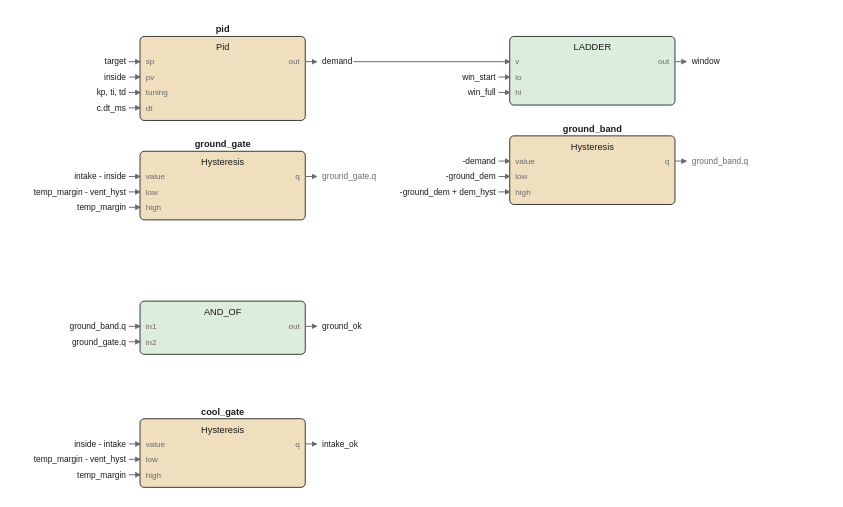
The draw.io diagram images/logic/cooling_fbd.drawio.svg in pstch/botanik2, before a commit. Source tidied: cells renumbered, new cells last; positions are measured from the earlier drawing's top-left corner, leaving out a move shared by most shapes.
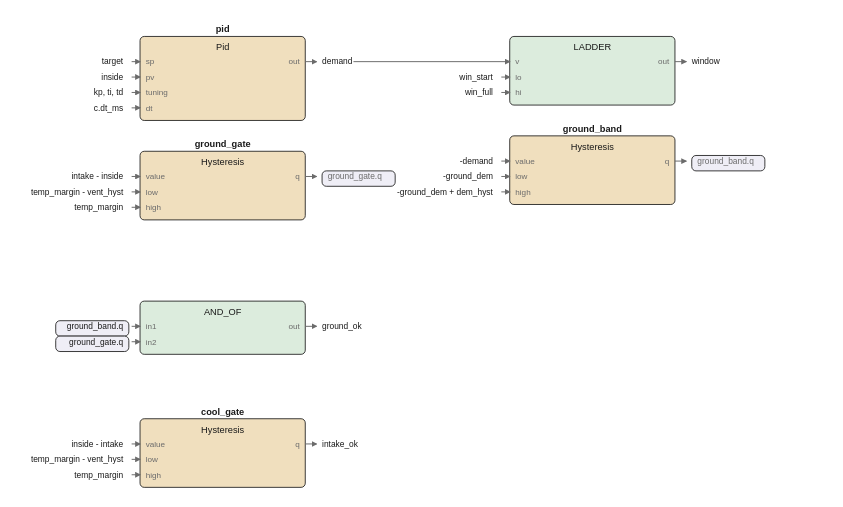
Later version of the same file.

The edit, as a diff of the source:
```diff
@@ -122,218 +122,204 @@
     <mxCell id="41" value="q" style="text;html=1;whiteSpace=nowrap;fontSize=6;fontColor=#6b6b6b;align=right;verticalAlign=middle;" parent="1" vertex="1">
       <mxGeometry x="184" y="296.6" width="20" height="9.8" as="geometry" />
     </mxCell>
-    <mxCell id="42" style="edgeStyle=none;html=1;strokeColor=#6b6b6b;endArrow=block;" parent="1" edge="1">
+    <mxCell id="42" style="edgeStyle=none;html=1;strokeColor=#6b6b6b;endArrow=block;exitX=1;exitY=0.3;exitDx=0;exitDy=0;" parent="1" edge="1" source="2">
       <mxGeometry relative="1" as="geometry">
-        <mxPoint x="208" y="28" as="sourcePoint" />
         <mxPoint x="216" y="28" as="targetPoint" />
       </mxGeometry>
     </mxCell>
     <mxCell id="43" value="demand" style="text;html=1;whiteSpace=nowrap;fontSize=6;fontColor=#1a1a1a;align=left;verticalAlign=middle;" parent="1" vertex="1">
       <mxGeometry x="220" y="23.5" width="23.8" height="10" as="geometry" />
     </mxCell>
-    <mxCell id="44" style="edgeStyle=none;html=1;strokeColor=#6b6b6b;endArrow=block;" parent="1" edge="1">
+    <mxCell id="44" style="edgeStyle=none;html=1;strokeColor=#6b6b6b;endArrow=block;exitX=1;exitY=0.3673;exitDx=0;exitDy=0;" parent="1" edge="1" source="17">
       <mxGeometry relative="1" as="geometry">
-        <mxPoint x="472" y="28" as="sourcePoint" />
         <mxPoint x="480" y="28" as="targetPoint" />
       </mxGeometry>
     </mxCell>
     <mxCell id="45" value="window" style="text;html=1;whiteSpace=nowrap;fontSize=6;fontColor=#1a1a1a;align=left;verticalAlign=middle;" parent="1" vertex="1">
       <mxGeometry x="484" y="23.5" width="23.8" height="10" as="geometry" />
     </mxCell>
-    <mxCell id="46" style="edgeStyle=none;html=1;strokeColor=#6b6b6b;endArrow=block;" parent="1" edge="1">
+    <mxCell id="46" style="edgeStyle=none;html=1;strokeColor=#6b6b6b;endArrow=block;exitX=1;exitY=0.3673;exitDx=0;exitDy=0;" parent="1" edge="1" source="35">
       <mxGeometry relative="1" as="geometry">
-        <mxPoint x="208" y="301" as="sourcePoint" />
         <mxPoint x="216" y="301" as="targetPoint" />
       </mxGeometry>
     </mxCell>
     <mxCell id="47" value="intake_ok" style="text;html=1;whiteSpace=nowrap;fontSize=6;fontColor=#1a1a1a;align=left;verticalAlign=middle;" parent="1" vertex="1">
       <mxGeometry x="220" y="296.5" width="33.7" height="10" as="geometry" />
     </mxCell>
-    <mxCell id="48" style="edgeStyle=none;html=1;strokeColor=#6b6b6b;endArrow=block;" parent="1" edge="1">
+    <mxCell id="48" style="edgeStyle=none;html=1;strokeColor=#6b6b6b;endArrow=block;exitX=1;exitY=0.4737;exitDx=0;exitDy=0;" parent="1" edge="1" source="30">
       <mxGeometry relative="1" as="geometry">
-        <mxPoint x="208" y="217" as="sourcePoint" />
         <mxPoint x="216" y="217" as="targetPoint" />
       </mxGeometry>
     </mxCell>
     <mxCell id="49" value="ground_ok" style="text;html=1;whiteSpace=nowrap;fontSize=6;fontColor=#1a1a1a;align=left;verticalAlign=middle;" parent="1" vertex="1">
       <mxGeometry x="220" y="212.5" width="33.7" height="10" as="geometry" />
     </mxCell>
-    <mxCell id="50" style="edgeStyle=none;html=1;strokeColor=#6b6b6b;endArrow=block;" parent="1" edge="1">
+    <mxCell id="50" style="edgeStyle=none;html=1;strokeColor=#6b6b6b;endArrow=block;exitX=1;exitY=0.3673;exitDx=0;exitDy=0;" parent="1" edge="1" source="23">
       <mxGeometry relative="1" as="geometry">
-        <mxPoint x="472" y="99" as="sourcePoint" />
         <mxPoint x="480" y="99" as="targetPoint" />
       </mxGeometry>
     </mxCell>
-    <mxCell id="51" value="ground_band.q" style="text;html=1;whiteSpace=nowrap;fontSize=6;fontColor=#6b6b6b;align=left;verticalAlign=middle;" parent="1" vertex="1">
-      <mxGeometry x="484" y="94.5" width="46.9" height="10" as="geometry" />
+    <mxCell id="51" style="rounded=1;fillColor=#efeef6;strokeColor=#1a1a1a;whiteSpace=wrap;html=1;fontSize=8;" parent="1" vertex="1">
+      <mxGeometry x="484" y="95" width="52.2" height="11" as="geometry" />
     </mxCell>
-    <mxCell id="52" style="edgeStyle=none;html=1;strokeColor=#6b6b6b;endArrow=block;" parent="1" edge="1">
-      <mxGeometry relative="1" as="geometry">
-        <mxPoint x="208" y="110" as="sourcePoint" />
-        <mxPoint x="216" y="110" as="targetPoint" />
-      </mxGeometry>
-    </mxCell>
-    <mxCell id="53" value="ground_gate.q" style="text;html=1;whiteSpace=nowrap;fontSize=6;fontColor=#6b6b6b;align=left;verticalAlign=middle;" parent="1" vertex="1">
-      <mxGeometry x="220" y="105.5" width="46.9" height="10" as="geometry" />
-    </mxCell>
-    <mxCell id="54" style="edgeStyle=none;html=1;strokeColor=#6b6b6b;endArrow=block;" parent="1" edge="1">
-      <mxGeometry relative="1" as="geometry">
-        <mxPoint x="242.4" y="28" as="sourcePoint" />
-        <mxPoint x="354" y="28" as="targetPoint" />
-      </mxGeometry>
-    </mxCell>
+    <mxCell id="89" value="ground_band.q" style="text;html=1;whiteSpace=nowrap;fontSize=6;fontColor=#6b6b6b;align=left;verticalAlign=middle;" parent="1" vertex="1">
+      <mxGeometry x="488" y="94.5" width="46.9" height="10" as="geometry" />
+    </mxCell>
+    <mxCell id="90" style="edgeStyle=none;html=1;strokeColor=#6b6b6b;endArrow=block;exitX=1;exitY=0.3673;exitDx=0;exitDy=0;" parent="1" edge="1" source="10">
+      <mxGeometry relative="1" as="geometry">
+        <mxPoint x="216" y="110" as="targetPoint" />
+      </mxGeometry>
+    </mxCell>
+    <mxCell id="91" style="rounded=1;fillColor=#efeef6;strokeColor=#1a1a1a;whiteSpace=wrap;html=1;fontSize=8;" parent="1" vertex="1">
+      <mxGeometry x="220" y="106" width="52.2" height="11" as="geometry" />
+    </mxCell>
-    <mxCell id="55" value="target" style="text;html=1;whiteSpace=nowrap;fontSize=6;fontColor=#1a1a1a;align=right;verticalAlign=middle;" parent="1" vertex="1">
-      <mxGeometry x="56.2" y="23.5" width="23.8" height="10" as="geometry" />
+    <mxCell id="55" value="ground_gate.q" style="text;html=1;whiteSpace=nowrap;fontSize=6;fontColor=#6b6b6b;align=left;verticalAlign=middle;" parent="1" vertex="1">
+      <mxGeometry x="224" y="105.5" width="46.9" height="10" as="geometry" />
     </mxCell>
-    <mxCell id="56" style="edgeStyle=none;html=1;strokeColor=#6b6b6b;endArrow=block;" parent="1" edge="1">
-      <mxGeometry relative="1" as="geometry">
-        <mxPoint x="82" y="28" as="sourcePoint" />
-        <mxPoint x="90" y="28" as="targetPoint" />
-      </mxGeometry>
+    <mxCell id="56" style="edgeStyle=none;html=1;strokeColor=#6b6b6b;endArrow=block;exitX=1;exitY=0.3;exitDx=0;exitDy=0;entryX=0;entryY=0.3673;entryDx=0;entryDy=0;" parent="1" edge="1" source="2" target="17">
+      <mxGeometry relative="1" as="geometry" />
     </mxCell>
-    <mxCell id="57" value="inside" style="text;html=1;whiteSpace=nowrap;fontSize=6;fontColor=#1a1a1a;align=right;verticalAlign=middle;" parent="1" vertex="1">
-      <mxGeometry x="56.2" y="34.5" width="23.8" height="10" as="geometry" />
+    <mxCell id="57" value="target" style="text;html=1;whiteSpace=nowrap;fontSize=6;fontColor=#1a1a1a;align=right;verticalAlign=middle;" parent="1" vertex="1">
+      <mxGeometry x="54.2" y="23.5" width="23.8" height="10" as="geometry" />
     </mxCell>
-    <mxCell id="58" style="edgeStyle=none;html=1;strokeColor=#6b6b6b;endArrow=block;" parent="1" edge="1">
+    <mxCell id="58" style="edgeStyle=none;html=1;strokeColor=#6b6b6b;endArrow=block;entryX=0;entryY=0.3;entryDx=0;entryDy=0;" parent="1" edge="1" target="2">
       <mxGeometry relative="1" as="geometry">
-        <mxPoint x="82" y="39" as="sourcePoint" />
-        <mxPoint x="90" y="39" as="targetPoint" />
+        <mxPoint x="84" y="28" as="sourcePoint" />
       </mxGeometry>
     </mxCell>
-    <mxCell id="59" value="kp, ti, td" style="text;html=1;whiteSpace=nowrap;fontSize=6;fontColor=#1a1a1a;align=right;verticalAlign=middle;" parent="1" vertex="1">
-      <mxGeometry x="43" y="45.5" width="37" height="10" as="geometry" />
+    <mxCell id="59" value="inside" style="text;html=1;whiteSpace=nowrap;fontSize=6;fontColor=#1a1a1a;align=right;verticalAlign=middle;" parent="1" vertex="1">
+      <mxGeometry x="54.2" y="34.5" width="23.8" height="10" as="geometry" />
     </mxCell>
-    <mxCell id="60" style="edgeStyle=none;html=1;strokeColor=#6b6b6b;endArrow=block;" parent="1" edge="1">
+    <mxCell id="60" style="edgeStyle=none;html=1;strokeColor=#6b6b6b;endArrow=block;entryX=0;entryY=0.4833;entryDx=0;entryDy=0;" parent="1" edge="1" target="2">
       <mxGeometry relative="1" as="geometry">
-        <mxPoint x="82" y="50" as="sourcePoint" />
-        <mxPoint x="90" y="50" as="targetPoint" />
+        <mxPoint x="84" y="39" as="sourcePoint" />
       </mxGeometry>
     </mxCell>
-    <mxCell id="61" value="c.dt_ms" style="text;html=1;whiteSpace=nowrap;fontSize=6;fontColor=#1a1a1a;align=right;verticalAlign=middle;" parent="1" vertex="1">
-      <mxGeometry x="52.9" y="56.5" width="27.1" height="10" as="geometry" />
+    <mxCell id="61" value="kp, ti, td" style="text;html=1;whiteSpace=nowrap;fontSize=6;fontColor=#1a1a1a;align=right;verticalAlign=middle;" parent="1" vertex="1">
+      <mxGeometry x="41" y="45.5" width="37" height="10" as="geometry" />
     </mxCell>
-    <mxCell id="62" style="edgeStyle=none;html=1;strokeColor=#6b6b6b;endArrow=block;" parent="1" edge="1">
+    <mxCell id="62" style="edgeStyle=none;html=1;strokeColor=#6b6b6b;endArrow=block;entryX=0;entryY=0.6667;entryDx=0;entryDy=0;" parent="1" edge="1" target="2">
       <mxGeometry relative="1" as="geometry">
-        <mxPoint x="82" y="61" as="sourcePoint" />
-        <mxPoint x="90" y="61" as="targetPoint" />
+        <mxPoint x="84" y="50" as="sourcePoint" />
       </mxGeometry>
     </mxCell>
-    <mxCell id="63" value="win_start" style="text;html=1;whiteSpace=nowrap;fontSize=6;fontColor=#1a1a1a;align=right;verticalAlign=middle;" parent="1" vertex="1">
-      <mxGeometry x="310.3" y="34.5" width="33.7" height="10" as="geometry" />
+    <mxCell id="63" value="c.dt_ms" style="text;html=1;whiteSpace=nowrap;fontSize=6;fontColor=#1a1a1a;align=right;verticalAlign=middle;" parent="1" vertex="1">
+      <mxGeometry x="50.9" y="56.5" width="27.1" height="10" as="geometry" />
     </mxCell>
-    <mxCell id="64" style="edgeStyle=none;html=1;strokeColor=#6b6b6b;endArrow=block;" parent="1" edge="1">
+    <mxCell id="64" style="edgeStyle=none;html=1;strokeColor=#6b6b6b;endArrow=block;entryX=0;entryY=0.85;entryDx=0;entryDy=0;" parent="1" edge="1" target="2">
       <mxGeometry relative="1" as="geometry">
-        <mxPoint x="346" y="39" as="sourcePoint" />
-        <mxPoint x="354" y="39" as="targetPoint" />
+        <mxPoint x="84" y="61" as="sourcePoint" />
       </mxGeometry>
     </mxCell>
-    <mxCell id="65" value="win_full" style="text;html=1;whiteSpace=nowrap;fontSize=6;fontColor=#1a1a1a;align=right;verticalAlign=middle;" parent="1" vertex="1">
-      <mxGeometry x="313.6" y="45.5" width="30.4" height="10" as="geometry" />
+    <mxCell id="65" value="win_start" style="text;html=1;whiteSpace=nowrap;fontSize=6;fontColor=#1a1a1a;align=right;verticalAlign=middle;" parent="1" vertex="1">
+      <mxGeometry x="308.3" y="34.5" width="33.7" height="10" as="geometry" />
     </mxCell>
-    <mxCell id="66" style="edgeStyle=none;html=1;strokeColor=#6b6b6b;endArrow=block;" parent="1" edge="1">
+    <mxCell id="66" style="edgeStyle=none;html=1;strokeColor=#6b6b6b;endArrow=block;entryX=0;entryY=0.5918;entryDx=0;entryDy=0;" parent="1" edge="1" target="17">
       <mxGeometry relative="1" as="geometry">
-        <mxPoint x="346" y="50" as="sourcePoint" />
-        <mxPoint x="354" y="50" as="targetPoint" />
+        <mxPoint x="348" y="39" as="sourcePoint" />
       </mxGeometry>
     </mxCell>
-    <mxCell id="67" value="inside - intake" style="text;html=1;whiteSpace=nowrap;fontSize=6;fontColor=#1a1a1a;align=right;verticalAlign=middle;" parent="1" vertex="1">
-      <mxGeometry x="26.5" y="296.5" width="53.5" height="10" as="geometry" />
+    <mxCell id="67" value="win_full" style="text;html=1;whiteSpace=nowrap;fontSize=6;fontColor=#1a1a1a;align=right;verticalAlign=middle;" parent="1" vertex="1">
+      <mxGeometry x="311.6" y="45.5" width="30.4" height="10" as="geometry" />
     </mxCell>
-    <mxCell id="68" style="edgeStyle=none;html=1;strokeColor=#6b6b6b;endArrow=block;" parent="1" edge="1">
+    <mxCell id="68" style="edgeStyle=none;html=1;strokeColor=#6b6b6b;endArrow=block;entryX=0;entryY=0.8163;entryDx=0;entryDy=0;" parent="1" edge="1" target="17">
       <mxGeometry relative="1" as="geometry">
-        <mxPoint x="82" y="301" as="sourcePoint" />
-        <mxPoint x="90" y="301" as="targetPoint" />
+        <mxPoint x="348" y="50" as="sourcePoint" />
       </mxGeometry>
     </mxCell>
-    <mxCell id="69" value="temp_margin - vent_hyst" style="text;html=1;whiteSpace=nowrap;fontSize=6;fontColor=#1a1a1a;align=right;verticalAlign=middle;" parent="1" vertex="1">
-      <mxGeometry x="0.1" y="307.5" width="79.9" height="10" as="geometry" />
+    <mxCell id="69" value="inside - intake" style="text;html=1;whiteSpace=nowrap;fontSize=6;fontColor=#1a1a1a;align=right;verticalAlign=middle;" parent="1" vertex="1">
+      <mxGeometry x="24.5" y="296.5" width="53.5" height="10" as="geometry" />
     </mxCell>
-    <mxCell id="70" style="edgeStyle=none;html=1;strokeColor=#6b6b6b;endArrow=block;" parent="1" edge="1">
+    <mxCell id="70" style="edgeStyle=none;html=1;strokeColor=#6b6b6b;endArrow=block;entryX=0;entryY=0.3673;entryDx=0;entryDy=0;" parent="1" edge="1" target="35">
       <mxGeometry relative="1" as="geometry">
-        <mxPoint x="82" y="312" as="sourcePoint" />
-        <mxPoint x="90" y="312" as="targetPoint" />
+        <mxPoint x="84" y="301" as="sourcePoint" />
       </mxGeometry>
     </mxCell>
-    <mxCell id="71" value="temp_margin" style="text;html=1;whiteSpace=nowrap;fontSize=6;fontColor=#1a1a1a;align=right;verticalAlign=middle;" parent="1" vertex="1">
-      <mxGeometry x="39.7" y="318.5" width="40.3" height="10" as="geometry" />
+    <mxCell id="71" value="temp_margin - vent_hyst" style="text;html=1;whiteSpace=nowrap;fontSize=6;fontColor=#1a1a1a;align=right;verticalAlign=middle;" parent="1" vertex="1">
+      <mxGeometry x="-1.9" y="307.5" width="79.9" height="10" as="geometry" />
     </mxCell>
-    <mxCell id="72" style="edgeStyle=none;html=1;strokeColor=#6b6b6b;endArrow=block;" parent="1" edge="1">
+    <mxCell id="72" style="edgeStyle=none;html=1;strokeColor=#6b6b6b;endArrow=block;entryX=0;entryY=0.5918;entryDx=0;entryDy=0;" parent="1" edge="1" target="35">
       <mxGeometry relative="1" as="geometry">
-        <mxPoint x="82" y="323" as="sourcePoint" />
-        <mxPoint x="90" y="323" as="targetPoint" />
+        <mxPoint x="84" y="312" as="sourcePoint" />
       </mxGeometry>
     </mxCell>
-    <mxCell id="73" value="-demand" style="text;html=1;whiteSpace=nowrap;fontSize=6;fontColor=#1a1a1a;align=right;verticalAlign=middle;" parent="1" vertex="1">
-      <mxGeometry x="316.9" y="94.5" width="27.1" height="10" as="geometry" />
+    <mxCell id="73" value="temp_margin" style="text;html=1;whiteSpace=nowrap;fontSize=6;fontColor=#1a1a1a;align=right;verticalAlign=middle;" parent="1" vertex="1">
+      <mxGeometry x="37.7" y="318.5" width="40.3" height="10" as="geometry" />
     </mxCell>
-    <mxCell id="74" style="edgeStyle=none;html=1;strokeColor=#6b6b6b;endArrow=block;" parent="1" edge="1">
+    <mxCell id="74" style="edgeStyle=none;html=1;strokeColor=#6b6b6b;endArrow=block;entryX=0;entryY=0.8163;entryDx=0;entryDy=0;" parent="1" edge="1" target="35">
       <mxGeometry relative="1" as="geometry">
-        <mxPoint x="346" y="99" as="sourcePoint" />
-        <mxPoint x="354" y="99" as="targetPoint" />
+        <mxPoint x="84" y="323" as="sourcePoint" />
       </mxGeometry>
     </mxCell>
-    <mxCell id="75" value="-ground_dem" style="text;html=1;whiteSpace=nowrap;fontSize=6;fontColor=#1a1a1a;align=right;verticalAlign=middle;" parent="1" vertex="1">
-      <mxGeometry x="303.7" y="105.5" width="40.3" height="10" as="geometry" />
+    <mxCell id="75" value="-demand" style="text;html=1;whiteSpace=nowrap;fontSize=6;fontColor=#1a1a1a;align=right;verticalAlign=middle;" parent="1" vertex="1">
+      <mxGeometry x="314.9" y="94.5" width="27.1" height="10" as="geometry" />
     </mxCell>
-    <mxCell id="76" style="edgeStyle=none;html=1;strokeColor=#6b6b6b;endArrow=block;" parent="1" edge="1">
+    <mxCell id="76" style="edgeStyle=none;html=1;strokeColor=#6b6b6b;endArrow=block;entryX=0;entryY=0.3673;entryDx=0;entryDy=0;" parent="1" edge="1" target="23">
       <mxGeometry relative="1" as="geometry">
-        <mxPoint x="346" y="110" as="sourcePoint" />
-        <mxPoint x="354" y="110" as="targetPoint" />
+        <mxPoint x="348" y="99" as="sourcePoint" />
       </mxGeometry>
     </mxCell>
-    <mxCell id="77" value="-ground_dem + dem_hyst" style="text;html=1;whiteSpace=nowrap;fontSize=6;fontColor=#1a1a1a;align=right;verticalAlign=middle;" parent="1" vertex="1">
-      <mxGeometry x="267.4" y="116.5" width="76.6" height="10" as="geometry" />
+    <mxCell id="77" value="-ground_dem" style="text;html=1;whiteSpace=nowrap;fontSize=6;fontColor=#1a1a1a;align=right;verticalAlign=middle;" parent="1" vertex="1">
+      <mxGeometry x="301.7" y="105.5" width="40.3" height="10" as="geometry" />
     </mxCell>
-    <mxCell id="78" style="edgeStyle=none;html=1;strokeColor=#6b6b6b;endArrow=block;" parent="1" edge="1">
+    <mxCell id="78" style="edgeStyle=none;html=1;strokeColor=#6b6b6b;endArrow=block;entryX=0;entryY=0.5918;entryDx=0;entryDy=0;" parent="1" edge="1" target="23">
       <mxGeometry relative="1" as="geometry">
-        <mxPoint x="346" y="121" as="sourcePoint" />
-        <mxPoint x="354" y="121" as="targetPoint" />
+        <mxPoint x="348" y="110" as="sourcePoint" />
       </mxGeometry>
     </mxCell>
-    <mxCell id="79" value="intake - inside" style="text;html=1;whiteSpace=nowrap;fontSize=6;fontColor=#1a1a1a;align=right;verticalAlign=middle;" parent="1" vertex="1">
-      <mxGeometry x="26.5" y="105.5" width="53.5" height="10" as="geometry" />
+    <mxCell id="79" value="-ground_dem + dem_hyst" style="text;html=1;whiteSpace=nowrap;fontSize=6;fontColor=#1a1a1a;align=right;verticalAlign=middle;" parent="1" vertex="1">
+      <mxGeometry x="265.4" y="116.5" width="76.6" height="10" as="geometry" />
     </mxCell>
-    <mxCell id="80" style="edgeStyle=none;html=1;strokeColor=#6b6b6b;endArrow=block;" parent="1" edge="1">
+    <mxCell id="80" style="edgeStyle=none;html=1;strokeColor=#6b6b6b;endArrow=block;entryX=0;entryY=0.8163;entryDx=0;entryDy=0;" parent="1" edge="1" target="23">
       <mxGeometry relative="1" as="geometry">
-        <mxPoint x="82" y="110" as="sourcePoint" />
-        <mxPoint x="90" y="110" as="targetPoint" />
+        <mxPoint x="348" y="121" as="sourcePoint" />
       </mxGeometry>
     </mxCell>
-    <mxCell id="81" value="temp_margin - vent_hyst" style="text;html=1;whiteSpace=nowrap;fontSize=6;fontColor=#1a1a1a;align=right;verticalAlign=middle;" parent="1" vertex="1">
-      <mxGeometry x="0.1" y="116.5" width="79.9" height="10" as="geometry" />
+    <mxCell id="81" value="intake - inside" style="text;html=1;whiteSpace=nowrap;fontSize=6;fontColor=#1a1a1a;align=right;verticalAlign=middle;" parent="1" vertex="1">
+      <mxGeometry x="24.5" y="105.5" width="53.5" height="10" as="geometry" />
     </mxCell>
-    <mxCell id="82" style="edgeStyle=none;html=1;strokeColor=#6b6b6b;endArrow=block;" parent="1" edge="1">
+    <mxCell id="82" style="edgeStyle=none;html=1;strokeColor=#6b6b6b;endArrow=block;entryX=0;entryY=0.3673;entryDx=0;entryDy=0;" parent="1" edge="1" target="10">
       <mxGeometry relative="1" as="geometry">
-        <mxPoint x="82" y="121" as="sourcePoint" />
-        <mxPoint x="90" y="121" as="targetPoint" />
+        <mxPoint x="84" y="110" as="sourcePoint" />
       </mxGeometry>
     </mxCell>
-    <mxCell id="83" value="temp_margin" style="text;html=1;whiteSpace=nowrap;fontSize=6;fontColor=#1a1a1a;align=right;verticalAlign=middle;" parent="1" vertex="1">
-      <mxGeometry x="39.7" y="127.5" width="40.3" height="10" as="geometry" />
+    <mxCell id="83" value="temp_margin - vent_hyst" style="text;html=1;whiteSpace=nowrap;fontSize=6;fontColor=#1a1a1a;align=right;verticalAlign=middle;" parent="1" vertex="1">
+      <mxGeometry x="-1.9" y="116.5" width="79.9" height="10" as="geometry" />
     </mxCell>
-    <mxCell id="84" style="edgeStyle=none;html=1;strokeColor=#6b6b6b;endArrow=block;" parent="1" edge="1">
+    <mxCell id="84" style="edgeStyle=none;html=1;strokeColor=#6b6b6b;endArrow=block;entryX=0;entryY=0.5918;entryDx=0;entryDy=0;" parent="1" edge="1" target="10">
       <mxGeometry relative="1" as="geometry">
-        <mxPoint x="82" y="132" as="sourcePoint" />
-        <mxPoint x="90" y="132" as="targetPoint" />
+        <mxPoint x="84" y="121" as="sourcePoint" />
       </mxGeometry>
     </mxCell>
-    <mxCell id="85" value="ground_band.q" style="text;html=1;whiteSpace=nowrap;fontSize=6;fontColor=#1a1a1a;align=right;verticalAlign=middle;" parent="1" vertex="1">
-      <mxGeometry x="33.1" y="212.5" width="46.9" height="10" as="geometry" />
+    <mxCell id="85" value="temp_margin" style="text;html=1;whiteSpace=nowrap;fontSize=6;fontColor=#1a1a1a;align=right;verticalAlign=middle;" parent="1" vertex="1">
+      <mxGeometry x="37.7" y="127.5" width="40.3" height="10" as="geometry" />
     </mxCell>
-    <mxCell id="86" style="edgeStyle=none;html=1;strokeColor=#6b6b6b;endArrow=block;" parent="1" edge="1">
+    <mxCell id="86" style="edgeStyle=none;html=1;strokeColor=#6b6b6b;endArrow=block;entryX=0;entryY=0.8163;entryDx=0;entryDy=0;" parent="1" edge="1" target="10">
       <mxGeometry relative="1" as="geometry">
-        <mxPoint x="82" y="217" as="sourcePoint" />
-        <mxPoint x="90" y="217" as="targetPoint" />
+        <mxPoint x="84" y="132" as="sourcePoint" />
       </mxGeometry>
     </mxCell>
-    <mxCell id="87" value="ground_gate.q" style="text;html=1;whiteSpace=nowrap;fontSize=6;fontColor=#1a1a1a;align=right;verticalAlign=middle;" parent="1" vertex="1">
-      <mxGeometry x="33.1" y="223.5" width="46.9" height="10" as="geometry" />
+    <mxCell id="87" style="rounded=1;fillColor=#efeef6;strokeColor=#1a1a1a;whiteSpace=wrap;html=1;fontSize=8;" parent="1" vertex="1">
+      <mxGeometry x="29.8" y="213" width="52.2" height="11" as="geometry" />
     </mxCell>
-    <mxCell id="88" style="edgeStyle=none;html=1;strokeColor=#6b6b6b;endArrow=block;" parent="1" edge="1">
-      <mxGeometry relative="1" as="geometry">
-        <mxPoint x="82" y="228" as="sourcePoint" />
-        <mxPoint x="90" y="228" as="targetPoint" />
-      </mxGeometry>
-    </mxCell>
+    <mxCell id="92" value="ground_band.q" style="text;html=1;whiteSpace=nowrap;fontSize=6;fontColor=#1a1a1a;align=right;verticalAlign=middle;" parent="1" vertex="1">
+      <mxGeometry x="31.1" y="212.5" width="46.9" height="10" as="geometry" />
+    </mxCell>
+    <mxCell id="93" style="edgeStyle=none;html=1;strokeColor=#6b6b6b;endArrow=block;entryX=0;entryY=0.4737;entryDx=0;entryDy=0;" parent="1" edge="1" target="30">
+      <mxGeometry relative="1" as="geometry">
+        <mxPoint x="84" y="217" as="sourcePoint" />
+      </mxGeometry>
+    </mxCell>
+    <mxCell id="94" style="rounded=1;fillColor=#efeef6;strokeColor=#1a1a1a;whiteSpace=wrap;html=1;fontSize=8;" parent="1" vertex="1">
+      <mxGeometry x="29.8" y="224" width="52.2" height="11" as="geometry" />
+    </mxCell>
+    <mxCell id="53" value="ground_gate.q" style="text;html=1;whiteSpace=nowrap;fontSize=6;fontColor=#1a1a1a;align=right;verticalAlign=middle;" parent="1" vertex="1">
+      <mxGeometry x="31.1" y="223.5" width="46.9" height="10" as="geometry" />
+    </mxCell>
+    <mxCell id="95" style="edgeStyle=none;html=1;strokeColor=#6b6b6b;endArrow=block;entryX=0;entryY=0.7632;entryDx=0;entryDy=0;" parent="1" edge="1" target="30">
+      <mxGeometry relative="1" as="geometry">
+        <mxPoint x="84" y="228" as="sourcePoint" />
+      </mxGeometry>
+    </mxCell>
   </root>
 </mxGraphModel>
```
